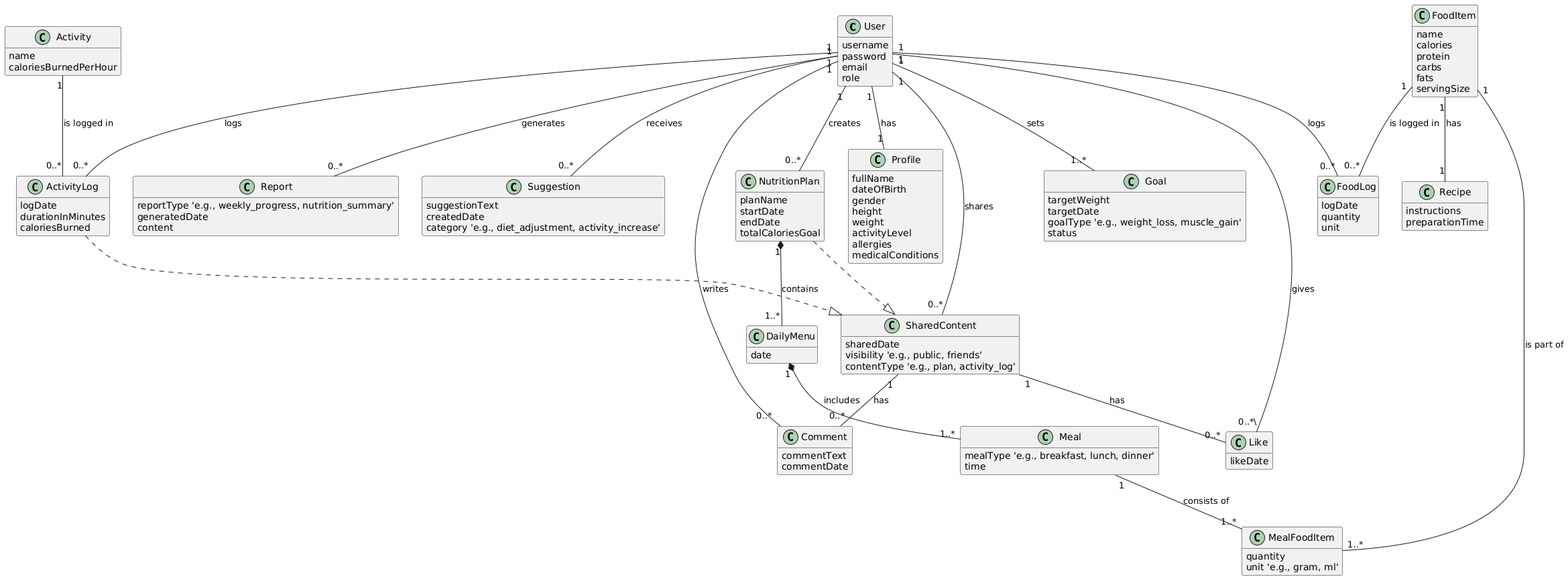
Before: Analysis/Entity/UmlPictures/EntityClassDiagram.png, a diagram exported from PlantUML (LQTam787/Thesis). Source of this version:
```plantuml
@startuml
hide empty members

class User {
  username
  password
  email
  role
}

class Profile {
  fullName
  dateOfBirth
  gender
  height
  weight
  activityLevel
  allergies
  medicalConditions
}

class Goal {
  targetWeight
  targetDate
  goalType 'e.g., weight_loss, muscle_gain'
  status
}

class NutritionPlan {
  planName
  startDate
  endDate
  totalCaloriesGoal
}

class DailyMenu {
  date
}

class Meal {
  mealType 'e.g., breakfast, lunch, dinner'
  time
}

class MealFoodItem {
  quantity
  unit 'e.g., gram, ml'
}

class FoodItem {
  name
  calories
  protein
  carbs
  fats
  servingSize
}

class Recipe {
  instructions
  preparationTime
}

class FoodLog {
  logDate
  quantity
  unit
}

class Activity {
  name
  caloriesBurnedPerHour
}

class ActivityLog {
  logDate
  durationInMinutes
  caloriesBurned
}

class Report {
  reportType 'e.g., weekly_progress, nutrition_summary'
  generatedDate
  content
}

class Suggestion {
  suggestionText
  createdDate
  category 'e.g., diet_adjustment, activity_increase'
}

class SharedContent {
  sharedDate
  visibility 'e.g., public, friends'
  contentType 'e.g., plan, activity_log'
}

class Comment {
  commentText
  commentDate
}

class Like {
  likeDate
}

User "1" -- "1" Profile : has
User "1" -- "1..*" Goal : sets
User "1" -- "0..*" NutritionPlan : creates
User "1" -- "0..*" Report : generates
User "1" -- "0..*" Suggestion : receives

NutritionPlan "1" *-- "1..*" DailyMenu : contains
DailyMenu "1" *-- "1..*" Meal : includes

Meal "1" -- "1..*" MealFoodItem : consists of
FoodItem "1" -- "1..*" MealFoodItem : is part of

FoodItem "1" -- "1" Recipe : has

User "1" -- "0..*" FoodLog : logs
FoodItem "1" -- "0..*" FoodLog : is logged in

User "1" -- "0..*" ActivityLog : logs
Activity "1" -- "0..*" ActivityLog : is logged in

User "1" -- "0..*" SharedContent : shares
NutritionPlan ..|> SharedContent
ActivityLog ..|> SharedContent

User "1" -- "0..*" Comment : writes
SharedContent "1" -- "0..*" Comment : has

User "1" -- "0..*\" Like : gives
SharedContent "1" -- "0..*" Like : has
@enduml
```
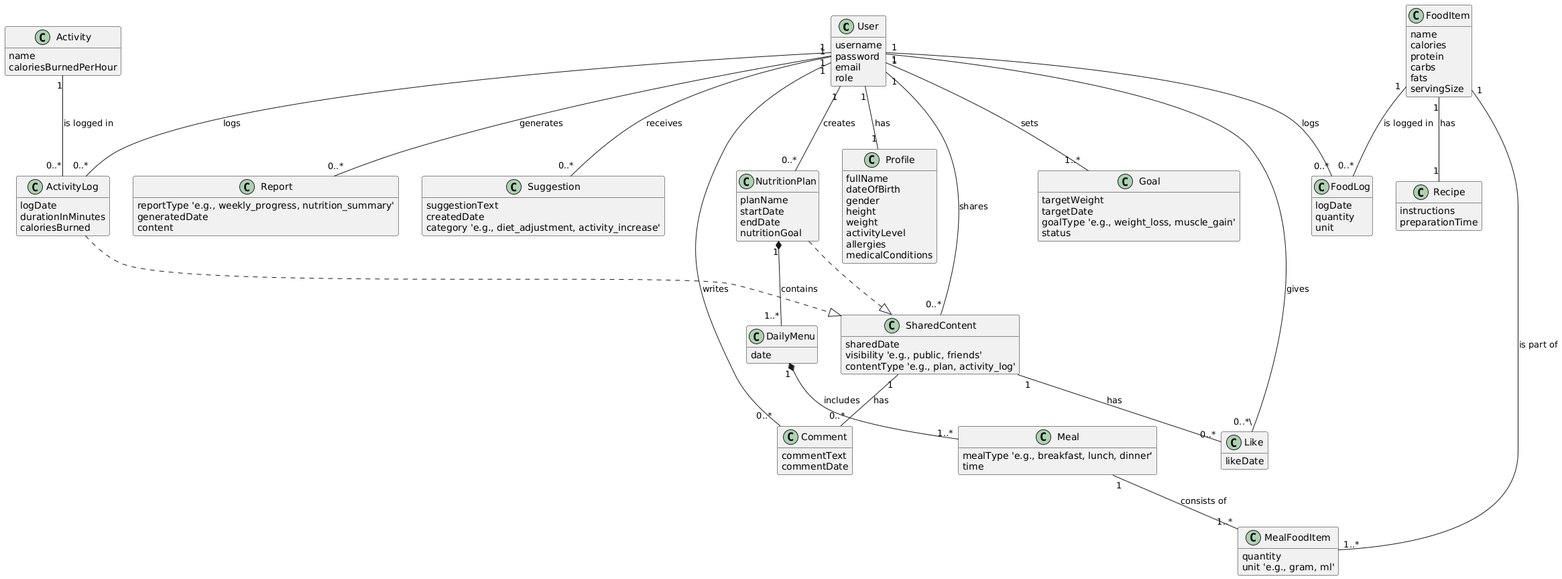
Above is the later version.

The edit, as a diff of the source:
```diff
@@ -30,7 +30,7 @@
   planName
   startDate
   endDate
-  totalCaloriesGoal
+  nutritionGoal
 }
 
 class DailyMenu {
```
